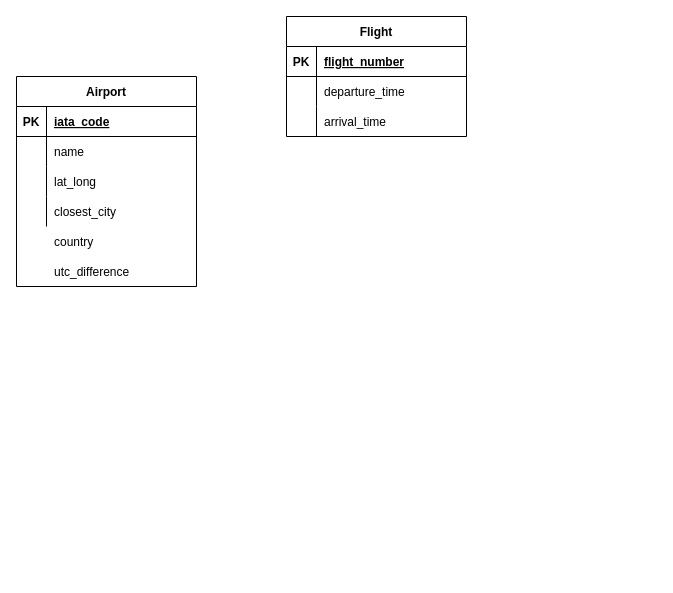
Before: Airline system ER diagram.drawio in lyulka/comp3278, a draw.io diagram. Source tidied: cells renumbered, new cells numbered last; positions are measured from the earlier drawing's top-left corner, leaving out a move shared by most shapes. Both pictures are drawn from the tidied source at 100%, with x=0, y=0 at pixel (16, 16).
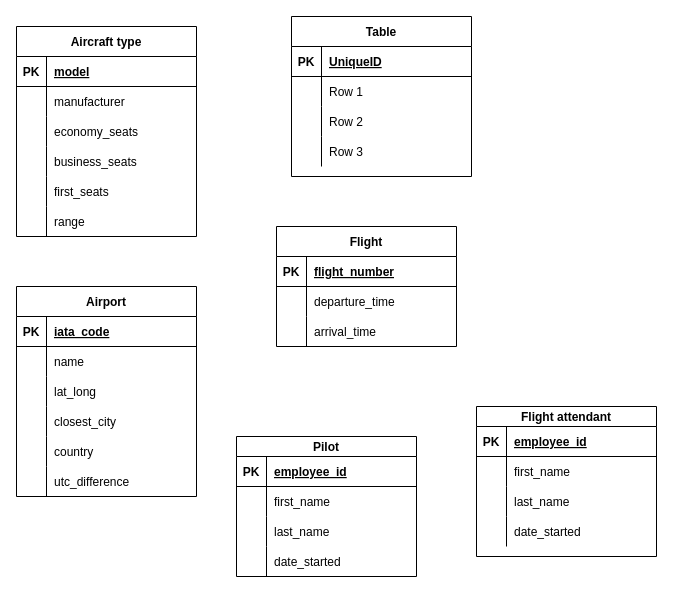
After the change.

Commit message:
Added aircraft type and crew

The edit, as a diff of the source:
```diff
@@
-    <mxCell id="2" value="Flight" style="shape=table;startSize=30;childLayout=tableLayout;rowLines=0;fontStyle=1;align=center;" parent="1" vertex="1">
-      <mxGeometry x="270" width="180" height="120" as="geometry" />
-    </mxCell>
-    <mxCell id="3" style="shape=partialRectangle;fillColor=none;top=0;left=0;bottom=1;right=0;" parent="2" vertex="1">
-      <mxGeometry y="30" width="180" height="30" as="geometry" />
-    </mxCell>
-    <mxCell id="4" value="PK" style="shape=partialRectangle;fillColor=none;top=0;left=0;bottom=0;right=0;fontStyle=1;overflow=hidden;" parent="3" vertex="1">
-      <mxGeometry width="30" height="30" as="geometry" />
-    </mxCell>
-    <mxCell id="5" value="flight_number" style="shape=partialRectangle;fillColor=none;top=0;left=0;bottom=0;right=0;align=left;spacingLeft=6;fontStyle=5;overflow=hidden;" parent="3" vertex="1">
-      <mxGeometry x="30" width="150" height="30" as="geometry" />
-    </mxCell>
-    <mxCell id="6" style="shape=partialRectangle;fillColor=none;top=0;left=0;bottom=0;right=0;" parent="2" vertex="1">
-      <mxGeometry y="60" width="180" height="30" as="geometry" />
-    </mxCell>
-    <mxCell id="7" style="shape=partialRectangle;fillColor=none;top=0;left=0;bottom=0;right=0;overflow=hidden;" parent="6" vertex="1">
-      <mxGeometry width="30" height="30" as="geometry" />
-    </mxCell>
-    <mxCell id="8" value="departure_time" style="shape=partialRectangle;fillColor=none;top=0;left=0;bottom=0;right=0;align=left;spacingLeft=6;overflow=hidden;" parent="6" vertex="1">
-      <mxGeometry x="30" width="150" height="30" as="geometry" />
-    </mxCell>
-    <mxCell id="9" style="shape=partialRectangle;fillColor=none;top=0;left=0;bottom=0;right=0;" parent="2" vertex="1">
-      <mxGeometry y="90" width="180" height="30" as="geometry" />
-    </mxCell>
-    <mxCell id="10" style="shape=partialRectangle;fillColor=none;top=0;left=0;bottom=0;right=0;overflow=hidden;" parent="9" vertex="1">
-      <mxGeometry width="30" height="30" as="geometry" />
-    </mxCell>
-    <mxCell id="11" value="arrival_time" style="shape=partialRectangle;fillColor=none;top=0;left=0;bottom=0;right=0;align=left;spacingLeft=6;overflow=hidden;" parent="9" vertex="1">
-      <mxGeometry x="30" width="150" height="30" as="geometry" />
-    </mxCell>
     <mxCell id="12" value="Airport" style="shape=table;startSize=30;childLayout=tableLayout;rowLines=0;fontStyle=1;align=center;" parent="1" vertex="1">
-      <mxGeometry y="60" width="180" height="210" as="geometry" />
+      <mxGeometry y="270" width="180" height="210" as="geometry" />
     </mxCell>
@@
-    <mxCell id="25" style="shape=partialRectangle;fillColor=none;top=0;left=0;bottom=0;right=0;" parent="1" vertex="1">
-      <mxGeometry y="210" width="180" height="30" as="geometry" />
-    </mxCell>
-    <mxCell id="26" style="shape=partialRectangle;fillColor=none;top=0;left=0;bottom=0;right=0;overflow=hidden;" parent="25" vertex="1">
-      <mxGeometry width="30" height="30" as="geometry" />
-    </mxCell>
+    <mxCell id="31" style="shape=partialRectangle;fillColor=none;top=0;left=0;bottom=0;right=0;" parent="12" vertex="1">
+      <mxGeometry y="150" width="180" height="30" as="geometry" />
+    </mxCell>
+    <mxCell id="32" style="shape=partialRectangle;fillColor=none;top=0;left=0;bottom=0;right=0;overflow=hidden;" parent="31" vertex="1">
+      <mxGeometry width="30" height="30" as="geometry" />
+    </mxCell>
-    <mxCell id="27" value="country" style="shape=partialRectangle;fillColor=none;top=0;left=0;bottom=0;right=0;align=left;spacingLeft=6;overflow=hidden;" parent="25" vertex="1">
+    <mxCell id="27" value="country" style="shape=partialRectangle;fillColor=none;top=0;left=0;bottom=0;right=0;align=left;spacingLeft=6;overflow=hidden;" parent="31" vertex="1">
       <mxGeometry x="30" width="150" height="30" as="geometry" />
     </mxCell>
-    <mxCell id="28" style="shape=partialRectangle;fillColor=none;top=0;left=0;bottom=0;right=0;" parent="1" vertex="1">
-      <mxGeometry y="240" width="180" height="30" as="geometry" />
-    </mxCell>
-    <mxCell id="29" style="shape=partialRectangle;fillColor=none;top=0;left=0;bottom=0;right=0;overflow=hidden;" parent="28" vertex="1">
-      <mxGeometry width="30" height="30" as="geometry" />
-    </mxCell>
+    <mxCell id="33" style="shape=partialRectangle;fillColor=none;top=0;left=0;bottom=0;right=0;" parent="12" vertex="1">
+      <mxGeometry y="180" width="180" height="30" as="geometry" />
+    </mxCell>
+    <mxCell id="34" style="shape=partialRectangle;fillColor=none;top=0;left=0;bottom=0;right=0;overflow=hidden;" parent="33" vertex="1">
+      <mxGeometry width="30" height="30" as="geometry" />
+    </mxCell>
-    <mxCell id="30" value="utc_difference" style="shape=partialRectangle;fillColor=none;top=0;left=0;bottom=0;right=0;align=left;spacingLeft=6;overflow=hidden;" parent="28" vertex="1">
+    <mxCell id="30" value="utc_difference" style="shape=partialRectangle;fillColor=none;top=0;left=0;bottom=0;right=0;align=left;spacingLeft=6;overflow=hidden;" parent="33" vertex="1">
       <mxGeometry x="30" width="150" height="30" as="geometry" />
     </mxCell>
+    <mxCell id="35" value="Aircraft type" style="shape=table;startSize=30;childLayout=tableLayout;rowLines=0;fontStyle=1;align=center;" parent="1" vertex="1">
+      <mxGeometry y="10" width="180" height="210" as="geometry" />
+    </mxCell>
+    <mxCell id="36" style="shape=partialRectangle;fillColor=none;top=0;left=0;bottom=1;right=0;" parent="35" vertex="1">
+      <mxGeometry y="30" width="180" height="30" as="geometry" />
+    </mxCell>
+    <mxCell id="37" value="PK" style="shape=partialRectangle;fillColor=none;top=0;left=0;bottom=0;right=0;fontStyle=1;overflow=hidden;" parent="36" vertex="1">
+      <mxGeometry width="30" height="30" as="geometry" />
+    </mxCell>
+    <mxCell id="38" value="model" style="shape=partialRectangle;fillColor=none;top=0;left=0;bottom=0;right=0;align=left;spacingLeft=6;fontStyle=5;overflow=hidden;" parent="36" vertex="1">
+      <mxGeometry x="30" width="150" height="30" as="geometry" />
+    </mxCell>
+    <mxCell id="39" style="shape=partialRectangle;fillColor=none;top=0;left=0;bottom=0;right=0;" parent="35" vertex="1">
+      <mxGeometry y="60" width="180" height="30" as="geometry" />
+    </mxCell>
+    <mxCell id="40" style="shape=partialRectangle;fillColor=none;top=0;left=0;bottom=0;right=0;overflow=hidden;" parent="39" vertex="1">
+      <mxGeometry width="30" height="30" as="geometry" />
+    </mxCell>
+    <mxCell id="41" value="manufacturer" style="shape=partialRectangle;fillColor=none;top=0;left=0;bottom=0;right=0;align=left;spacingLeft=6;overflow=hidden;" parent="39" vertex="1">
+      <mxGeometry x="30" width="150" height="30" as="geometry" />
+    </mxCell>
+    <mxCell id="42" style="shape=partialRectangle;fillColor=none;top=0;left=0;bottom=0;right=0;" parent="35" vertex="1">
+      <mxGeometry y="90" width="180" height="30" as="geometry" />
+    </mxCell>
+    <mxCell id="43" style="shape=partialRectangle;fillColor=none;top=0;left=0;bottom=0;right=0;overflow=hidden;" parent="42" vertex="1">
+      <mxGeometry width="30" height="30" as="geometry" />
+    </mxCell>
+    <mxCell id="44" value="economy_seats" style="shape=partialRectangle;fillColor=none;top=0;left=0;bottom=0;right=0;align=left;spacingLeft=6;overflow=hidden;" parent="42" vertex="1">
+      <mxGeometry x="30" width="150" height="30" as="geometry" />
+    </mxCell>
+    <mxCell id="45" style="shape=partialRectangle;fillColor=none;top=0;left=0;bottom=0;right=0;" parent="35" vertex="1">
+      <mxGeometry y="120" width="180" height="30" as="geometry" />
+    </mxCell>
+    <mxCell id="46" style="shape=partialRectangle;fillColor=none;top=0;left=0;bottom=0;right=0;overflow=hidden;" parent="45" vertex="1">
+      <mxGeometry width="30" height="30" as="geometry" />
+    </mxCell>
+    <mxCell id="47" value="business_seats" style="shape=partialRectangle;fillColor=none;top=0;left=0;bottom=0;right=0;align=left;spacingLeft=6;overflow=hidden;" parent="45" vertex="1">
+      <mxGeometry x="30" width="150" height="30" as="geometry" />
+    </mxCell>
+    <mxCell id="48" style="shape=partialRectangle;fillColor=none;top=0;left=0;bottom=0;right=0;" parent="35" vertex="1">
+      <mxGeometry y="150" width="180" height="30" as="geometry" />
+    </mxCell>
+    <mxCell id="49" style="shape=partialRectangle;fillColor=none;top=0;left=0;bottom=0;right=0;overflow=hidden;" parent="48" vertex="1">
+      <mxGeometry width="30" height="30" as="geometry" />
+    </mxCell>
+    <mxCell id="50" value="first_seats" style="shape=partialRectangle;fillColor=none;top=0;left=0;bottom=0;right=0;align=left;spacingLeft=6;overflow=hidden;" parent="48" vertex="1">
+      <mxGeometry x="30" width="150" height="30" as="geometry" />
+    </mxCell>
+    <mxCell id="51" style="shape=partialRectangle;fillColor=none;top=0;left=0;bottom=0;right=0;" parent="35" vertex="1">
+      <mxGeometry y="180" width="180" height="30" as="geometry" />
+    </mxCell>
+    <mxCell id="52" style="shape=partialRectangle;fillColor=none;top=0;left=0;bottom=0;right=0;overflow=hidden;" parent="51" vertex="1">
+      <mxGeometry width="30" height="30" as="geometry" />
+    </mxCell>
+    <mxCell id="53" value="range" style="shape=partialRectangle;fillColor=none;top=0;left=0;bottom=0;right=0;align=left;spacingLeft=6;overflow=hidden;" parent="51" vertex="1">
+      <mxGeometry x="30" width="150" height="30" as="geometry" />
+    </mxCell>
+    <mxCell id="54" value="Table" style="shape=table;startSize=30;childLayout=tableLayout;rowLines=0;fontStyle=1;align=center;" parent="1" vertex="1">
+      <mxGeometry x="275" width="180" height="160" as="geometry" />
+    </mxCell>
+    <mxCell id="55" style="shape=partialRectangle;fillColor=none;top=0;left=0;bottom=1;right=0;" parent="54" vertex="1">
+      <mxGeometry y="30" width="180" height="30" as="geometry" />
+    </mxCell>
+    <mxCell id="56" value="PK" style="shape=partialRectangle;fillColor=none;top=0;left=0;bottom=0;right=0;fontStyle=1;overflow=hidden;" parent="55" vertex="1">
+      <mxGeometry width="30" height="30" as="geometry" />
+    </mxCell>
+    <mxCell id="57" value="UniqueID" style="shape=partialRectangle;fillColor=none;top=0;left=0;bottom=0;right=0;align=left;spacingLeft=6;fontStyle=5;overflow=hidden;" parent="55" vertex="1">
+      <mxGeometry x="30" width="150" height="30" as="geometry" />
+    </mxCell>
+    <mxCell id="58" style="shape=partialRectangle;fillColor=none;top=0;left=0;bottom=0;right=0;" parent="54" vertex="1">
+      <mxGeometry y="60" width="180" height="30" as="geometry" />
+    </mxCell>
+    <mxCell id="59" style="shape=partialRectangle;fillColor=none;top=0;left=0;bottom=0;right=0;overflow=hidden;" parent="58" vertex="1">
+      <mxGeometry width="30" height="30" as="geometry" />
+    </mxCell>
+    <mxCell id="60" value="Row 1" style="shape=partialRectangle;fillColor=none;top=0;left=0;bottom=0;right=0;align=left;spacingLeft=6;overflow=hidden;" parent="58" vertex="1">
+      <mxGeometry x="30" width="150" height="30" as="geometry" />
+    </mxCell>
+    <mxCell id="61" style="shape=partialRectangle;fillColor=none;top=0;left=0;bottom=0;right=0;" parent="54" vertex="1">
+      <mxGeometry y="90" width="180" height="30" as="geometry" />
+    </mxCell>
+    <mxCell id="62" style="shape=partialRectangle;fillColor=none;top=0;left=0;bottom=0;right=0;overflow=hidden;" parent="61" vertex="1">
+      <mxGeometry width="30" height="30" as="geometry" />
+    </mxCell>
+    <mxCell id="63" value="Row 2" style="shape=partialRectangle;fillColor=none;top=0;left=0;bottom=0;right=0;align=left;spacingLeft=6;overflow=hidden;" parent="61" vertex="1">
+      <mxGeometry x="30" width="150" height="30" as="geometry" />
+    </mxCell>
+    <mxCell id="64" style="shape=partialRectangle;fillColor=none;top=0;left=0;bottom=0;right=0;" parent="54" vertex="1">
+      <mxGeometry y="120" width="180" height="30" as="geometry" />
+    </mxCell>
+    <mxCell id="65" style="shape=partialRectangle;fillColor=none;top=0;left=0;bottom=0;right=0;overflow=hidden;" parent="64" vertex="1">
+      <mxGeometry width="30" height="30" as="geometry" />
+    </mxCell>
+    <mxCell id="66" value="Row 3" style="shape=partialRectangle;fillColor=none;top=0;left=0;bottom=0;right=0;align=left;spacingLeft=6;overflow=hidden;" parent="64" vertex="1">
+      <mxGeometry x="30" width="150" height="30" as="geometry" />
+    </mxCell>
+    <mxCell id="2" value="Flight" style="shape=table;startSize=30;childLayout=tableLayout;rowLines=0;fontStyle=1;align=center;" parent="1" vertex="1">
+      <mxGeometry x="260" y="210" width="180" height="120" as="geometry" />
+    </mxCell>
+    <mxCell id="3" style="shape=partialRectangle;fillColor=none;top=0;left=0;bottom=1;right=0;" parent="2" vertex="1">
+      <mxGeometry y="30" width="180" height="30" as="geometry" />
+    </mxCell>
+    <mxCell id="4" value="PK" style="shape=partialRectangle;fillColor=none;top=0;left=0;bottom=0;right=0;fontStyle=1;overflow=hidden;" parent="3" vertex="1">
+      <mxGeometry width="30" height="30" as="geometry" />
+    </mxCell>
+    <mxCell id="5" value="flight_number" style="shape=partialRectangle;fillColor=none;top=0;left=0;bottom=0;right=0;align=left;spacingLeft=6;fontStyle=5;overflow=hidden;" parent="3" vertex="1">
+      <mxGeometry x="30" width="150" height="30" as="geometry" />
+    </mxCell>
+    <mxCell id="6" style="shape=partialRectangle;fillColor=none;top=0;left=0;bottom=0;right=0;" parent="2" vertex="1">
+      <mxGeometry y="60" width="180" height="30" as="geometry" />
+    </mxCell>
+    <mxCell id="7" style="shape=partialRectangle;fillColor=none;top=0;left=0;bottom=0;right=0;overflow=hidden;" parent="6" vertex="1">
+      <mxGeometry width="30" height="30" as="geometry" />
+    </mxCell>
+    <mxCell id="8" value="departure_time" style="shape=partialRectangle;fillColor=none;top=0;left=0;bottom=0;right=0;align=left;spacingLeft=6;overflow=hidden;" parent="6" vertex="1">
+      <mxGeometry x="30" width="150" height="30" as="geometry" />
+    </mxCell>
+    <mxCell id="9" style="shape=partialRectangle;fillColor=none;top=0;left=0;bottom=0;right=0;" parent="2" vertex="1">
+      <mxGeometry y="90" width="180" height="30" as="geometry" />
+    </mxCell>
+    <mxCell id="10" style="shape=partialRectangle;fillColor=none;top=0;left=0;bottom=0;right=0;overflow=hidden;" parent="9" vertex="1">
+      <mxGeometry width="30" height="30" as="geometry" />
+    </mxCell>
+    <mxCell id="11" value="arrival_time" style="shape=partialRectangle;fillColor=none;top=0;left=0;bottom=0;right=0;align=left;spacingLeft=6;overflow=hidden;" parent="9" vertex="1">
+      <mxGeometry x="30" width="150" height="30" as="geometry" />
+    </mxCell>
+    <mxCell id="67" value="Flight attendant" style="shape=table;startSize=20;childLayout=tableLayout;rowLines=0;fontStyle=1;align=center;" parent="1" vertex="1">
+      <mxGeometry x="460" y="390" width="180" height="150" as="geometry" />
+    </mxCell>
+    <mxCell id="68" style="shape=partialRectangle;fillColor=none;top=0;left=0;bottom=1;right=0;" parent="67" vertex="1">
+      <mxGeometry y="20" width="180" height="30" as="geometry" />
+    </mxCell>
+    <mxCell id="69" value="PK" style="shape=partialRectangle;fillColor=none;top=0;left=0;bottom=0;right=0;fontStyle=1;overflow=hidden;" parent="68" vertex="1">
+      <mxGeometry width="30" height="30" as="geometry" />
+    </mxCell>
+    <mxCell id="70" value="employee_id" style="shape=partialRectangle;fillColor=none;top=0;left=0;bottom=0;right=0;align=left;spacingLeft=6;fontStyle=5;overflow=hidden;" parent="68" vertex="1">
+      <mxGeometry x="30" width="150" height="30" as="geometry" />
+    </mxCell>
+    <mxCell id="71" style="shape=partialRectangle;fillColor=none;top=0;left=0;bottom=0;right=0;" parent="67" vertex="1">
+      <mxGeometry y="50" width="180" height="30" as="geometry" />
+    </mxCell>
+    <mxCell id="72" style="shape=partialRectangle;fillColor=none;top=0;left=0;bottom=0;right=0;overflow=hidden;" parent="71" vertex="1">
+      <mxGeometry width="30" height="30" as="geometry" />
+    </mxCell>
+    <mxCell id="73" value="first_name" style="shape=partialRectangle;fillColor=none;top=0;left=0;bottom=0;right=0;align=left;spacingLeft=6;overflow=hidden;" parent="71" vertex="1">
+      <mxGeometry x="30" width="150" height="30" as="geometry" />
+    </mxCell>
+    <mxCell id="74" style="shape=partialRectangle;fillColor=none;top=0;left=0;bottom=0;right=0;" parent="67" vertex="1">
+      <mxGeometry y="80" width="180" height="30" as="geometry" />
+    </mxCell>
+    <mxCell id="75" style="shape=partialRectangle;fillColor=none;top=0;left=0;bottom=0;right=0;overflow=hidden;" parent="74" vertex="1">
+      <mxGeometry width="30" height="30" as="geometry" />
+    </mxCell>
+    <mxCell id="76" value="last_name" style="shape=partialRectangle;fillColor=none;top=0;left=0;bottom=0;right=0;align=left;spacingLeft=6;overflow=hidden;" parent="74" vertex="1">
+      <mxGeometry x="30" width="150" height="30" as="geometry" />
+    </mxCell>
+    <mxCell id="77" style="shape=partialRectangle;fillColor=none;top=0;left=0;bottom=0;right=0;" parent="67" vertex="1">
+      <mxGeometry y="110" width="180" height="30" as="geometry" />
+    </mxCell>
+    <mxCell id="78" style="shape=partialRectangle;fillColor=none;top=0;left=0;bottom=0;right=0;overflow=hidden;" parent="77" vertex="1">
+      <mxGeometry width="30" height="30" as="geometry" />
+    </mxCell>
+    <mxCell id="79" value="date_started" style="shape=partialRectangle;fillColor=none;top=0;left=0;bottom=0;right=0;align=left;spacingLeft=6;overflow=hidden;" parent="77" vertex="1">
+      <mxGeometry x="30" width="150" height="30" as="geometry" />
+    </mxCell>
+    <mxCell id="80" value="Pilot" style="shape=table;startSize=20;childLayout=tableLayout;rowLines=0;fontStyle=1;align=center;" parent="1" vertex="1">
+      <mxGeometry x="220" y="420" width="180" height="140" as="geometry" />
+    </mxCell>
+    <mxCell id="81" style="shape=partialRectangle;fillColor=none;top=0;left=0;bottom=1;right=0;" parent="80" vertex="1">
+      <mxGeometry y="20" width="180" height="30" as="geometry" />
+    </mxCell>
+    <mxCell id="82" value="PK" style="shape=partialRectangle;fillColor=none;top=0;left=0;bottom=0;right=0;fontStyle=1;overflow=hidden;" parent="81" vertex="1">
+      <mxGeometry width="30" height="30" as="geometry" />
+    </mxCell>
+    <mxCell id="83" value="employee_id" style="shape=partialRectangle;fillColor=none;top=0;left=0;bottom=0;right=0;align=left;spacingLeft=6;fontStyle=5;overflow=hidden;" parent="81" vertex="1">
+      <mxGeometry x="30" width="150" height="30" as="geometry" />
+    </mxCell>
+    <mxCell id="84" style="shape=partialRectangle;fillColor=none;top=0;left=0;bottom=0;right=0;" parent="80" vertex="1">
+      <mxGeometry y="50" width="180" height="30" as="geometry" />
+    </mxCell>
+    <mxCell id="85" style="shape=partialRectangle;fillColor=none;top=0;left=0;bottom=0;right=0;overflow=hidden;" parent="84" vertex="1">
+      <mxGeometry width="30" height="30" as="geometry" />
+    </mxCell>
+    <mxCell id="86" value="first_name" style="shape=partialRectangle;fillColor=none;top=0;left=0;bottom=0;right=0;align=left;spacingLeft=6;overflow=hidden;" parent="84" vertex="1">
+      <mxGeometry x="30" width="150" height="30" as="geometry" />
+    </mxCell>
+    <mxCell id="87" style="shape=partialRectangle;fillColor=none;top=0;left=0;bottom=0;right=0;" parent="80" vertex="1">
+      <mxGeometry y="80" width="180" height="30" as="geometry" />
+    </mxCell>
+    <mxCell id="88" style="shape=partialRectangle;fillColor=none;top=0;left=0;bottom=0;right=0;overflow=hidden;" parent="87" vertex="1">
+      <mxGeometry width="30" height="30" as="geometry" />
+    </mxCell>
+    <mxCell id="89" value="last_name" style="shape=partialRectangle;fillColor=none;top=0;left=0;bottom=0;right=0;align=left;spacingLeft=6;overflow=hidden;" parent="87" vertex="1">
+      <mxGeometry x="30" width="150" height="30" as="geometry" />
+    </mxCell>
+    <mxCell id="90" style="shape=partialRectangle;fillColor=none;top=0;left=0;bottom=0;right=0;" parent="80" vertex="1">
+      <mxGeometry y="110" width="180" height="30" as="geometry" />
+    </mxCell>
+    <mxCell id="91" style="shape=partialRectangle;fillColor=none;top=0;left=0;bottom=0;right=0;overflow=hidden;" parent="90" vertex="1">
+      <mxGeometry width="30" height="30" as="geometry" />
+    </mxCell>
+    <mxCell id="92" value="date_started" style="shape=partialRectangle;fillColor=none;top=0;left=0;bottom=0;right=0;align=left;spacingLeft=6;overflow=hidden;" parent="90" vertex="1">
+      <mxGeometry x="30" width="150" height="30" as="geometry" />
+    </mxCell>
```
